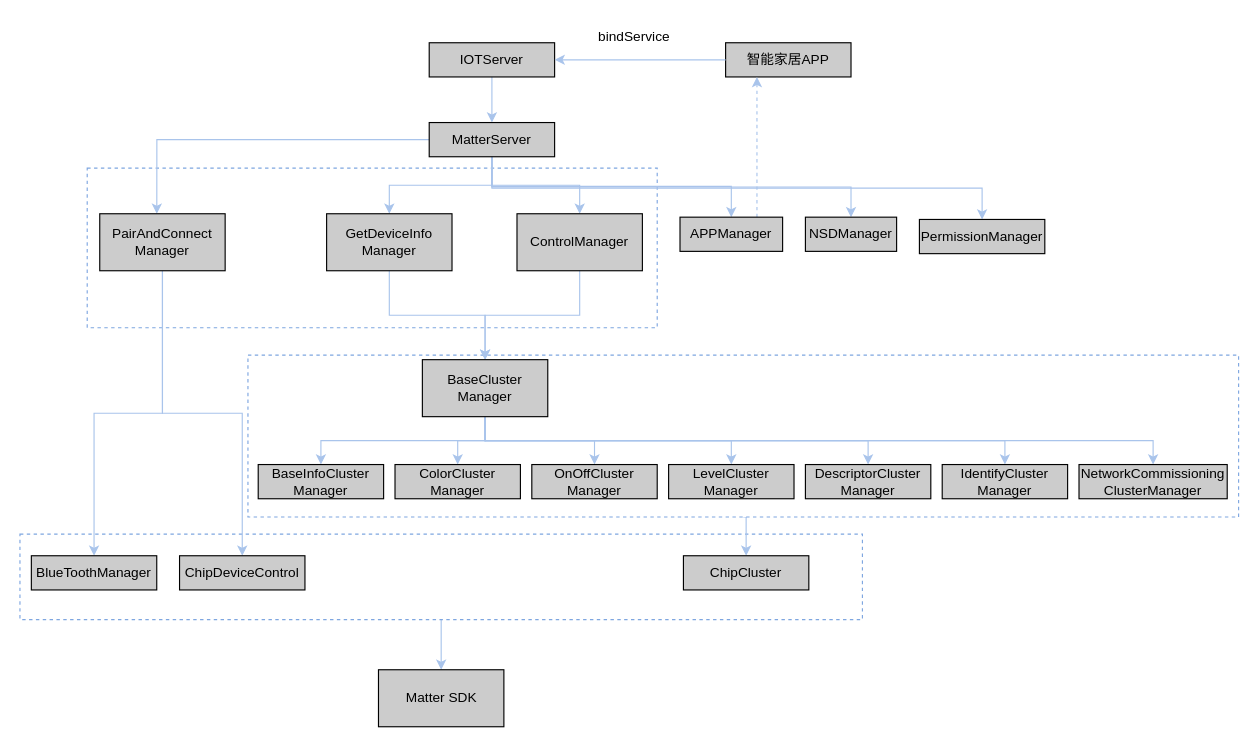
jcj123/- keeps this draw.io diagram as matter.drawio. Above is the earlier version. Source tidied: cells renumbered, new cells numbered last; positions are measured from the earlier drawing's top-left corner, leaving out a move shared by most shapes. Both pictures are drawn from the tidied source at 114%, with x=0, y=0 at pixel (19, 19).
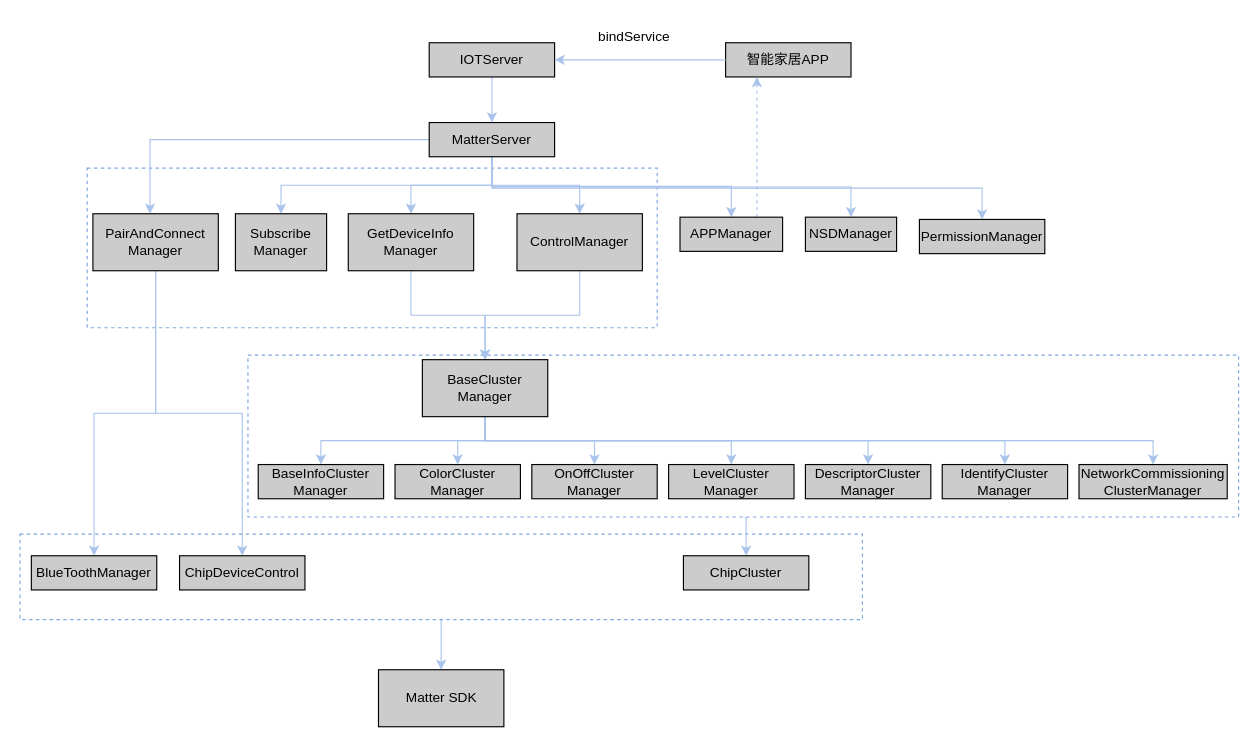
The same diagram, later.

The change refers to these unchanged cells:
```xml
<mxCell id="17" value="MatterServer" style="rounded=0;whiteSpace=wrap;html=1;fillColor=#CCCCCC;" parent="1" vertex="1">
  <mxGeometry x="359" y="90" width="110" height="30" as="geometry" />
</mxCell>
```

Diff of the diagram source:
```diff
@@
+    <mxCell id="49" style="edgeStyle=orthogonalEdgeStyle;rounded=0;jettySize=auto;html=1;exitX=0.5;exitY=1;exitDx=0;exitDy=0;strokeColor=#A9C4EB;" parent="1" edge="1" source="17" target="50">
+      <mxGeometry relative="1" as="geometry" />
+    </mxCell>
@@
     <mxCell id="20" value="PairAndConnect&lt;br&gt;Manager" style="rounded=0;whiteSpace=wrap;html=1;fillColor=#CCCCCC;" parent="1" vertex="1">
-      <mxGeometry x="70" y="170" width="110" height="50" as="geometry" />
+      <mxGeometry x="64" y="170" width="110" height="50" as="geometry" />
     </mxCell>
@@
     <mxCell id="22" value="GetDeviceInfo&lt;br&gt;Manager" style="rounded=0;whiteSpace=wrap;html=1;fillColor=#CCCCCC;" parent="1" vertex="1">
-      <mxGeometry x="269" y="170" width="110" height="50" as="geometry" />
+      <mxGeometry x="288" y="170" width="110" height="50" as="geometry" />
     </mxCell>
@@
+    <mxCell id="50" value="Subscribe&lt;br&gt;Manager" style="rounded=0;whiteSpace=wrap;html=1;fillColor=#CCCCCC;" parent="1" vertex="1">
+      <mxGeometry x="189" y="170" width="80" height="50" as="geometry" />
+    </mxCell>
```
